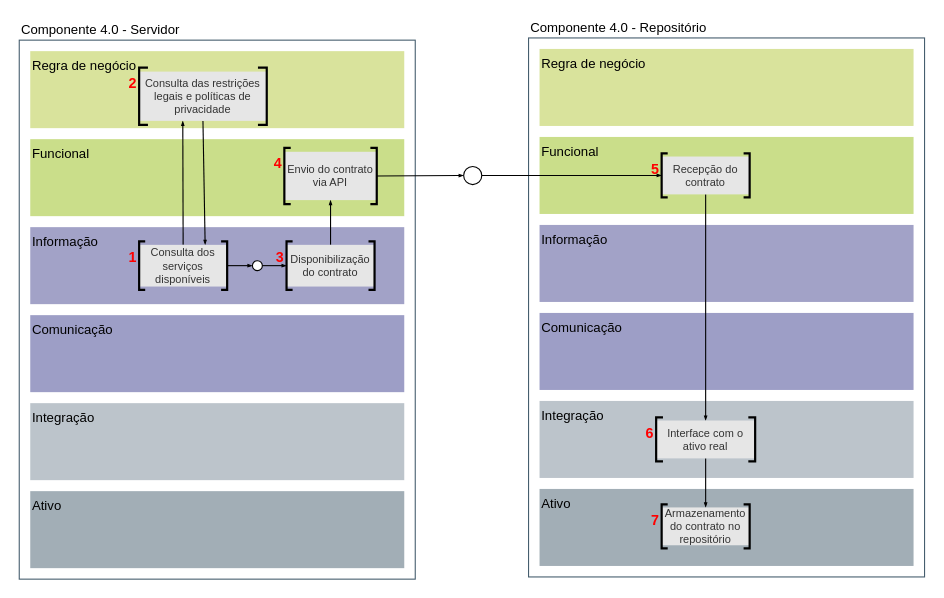
This is page "rami-publicacao" (11 of 17) of images/diagramas/diagramas.drawio from hvitoi/i4.0-PLM, a draw.io file, before an edit. Source tidied: cells renumbered, new cells numbered last; positions are measured from the earlier drawing's top-left corner, leaving out a move shared by most shapes. Both pictures are drawn from the tidied source at 110%, with x=0, y=0 at pixel (19, 37).
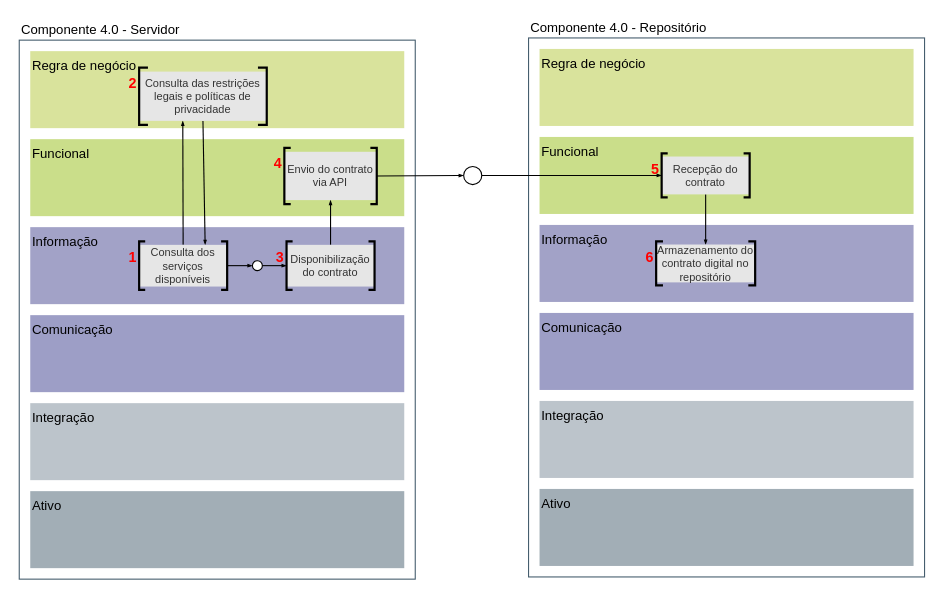
Above is the later version.

Unchanged cells that the change refers to:
```xml
<mxCell id="32" style="group;" parent="1" vertex="1">
  <mxGeometry x="463" width="360" height="490" as="geometry" />
</mxCell>
```

The edit, as a diff of the source:
```diff
@@
-    <mxCell id="45" style="endArrow=blockThin;html=1;fontSize=10;fontColor=#000000;strokeWidth=1;endFill=1;endSize=2;startSize=5;jumpSize=6;exitX=0.5;exitY=1;exitDx=0;exitDy=0;entryX=0.5;entryY=0;entryDx=0;entryDy=0;rounded=0;" parent="32" edge="1" source="47" target="51">
-      <mxGeometry relative="1" as="geometry" />
-    </mxCell>
     <mxCell id="46" value="6" style="group;labelPosition=left;verticalLabelPosition=middle;align=right;verticalAlign=top;fontSize=13;fontStyle=1;fontColor=#FF0000;" parent="32" vertex="1">
-      <mxGeometry x="116" y="345" width="90" height="40" as="geometry" />
+      <mxGeometry x="116" y="185" width="90" height="40" as="geometry" />
     </mxCell>
-    <mxCell id="47" value="Interface com o ativo real" style="rounded=0;whiteSpace=wrap;labelBackgroundColor=none;fontSize=10;fontColor=#333333;strokeColor=none;fontStyle=0;fillColor=#E6E6E6;" parent="46" vertex="1">
+    <mxCell id="47" value="Armazenamento do contrato digital no repositório" style="rounded=0;whiteSpace=wrap;labelBackgroundColor=none;fontSize=10;fontColor=#333333;strokeColor=none;fontStyle=0;fillColor=#E6E6E6;" parent="46" vertex="1">
       <mxGeometry y="2.8" width="90" height="34.4" as="geometry" />
     </mxCell>
@@
-    <mxCell id="50" value="7" style="group;fontColor=#FF0000;fontStyle=1;labelPosition=left;verticalLabelPosition=middle;align=right;verticalAlign=top;fontSize=13;" parent="32" vertex="1">
-      <mxGeometry x="121" y="424" width="80" height="40" as="geometry" />
-    </mxCell>
-    <mxCell id="51" value="Armazenamento do contrato no repositório" style="rounded=0;whiteSpace=wrap;labelBackgroundColor=none;fontSize=10;fontColor=#333333;strokeColor=none;fontStyle=0;fillColor=#E6E6E6;" parent="50" vertex="1">
-      <mxGeometry y="2.8" width="80" height="34.4" as="geometry" />
-    </mxCell>
-    <mxCell id="52" style="strokeWidth=2;html=1;shape=mxgraph.flowchart.annotation_1;align=left;" parent="50" vertex="1">
-      <mxGeometry width="5.5" height="40" as="geometry" />
-    </mxCell>
-    <mxCell id="53" style="strokeWidth=2;html=1;shape=mxgraph.flowchart.annotation_1;align=left;rotation=-180;" parent="50" vertex="1">
-      <mxGeometry x="74.5" width="5.5" height="40" as="geometry" />
-    </mxCell>
```
